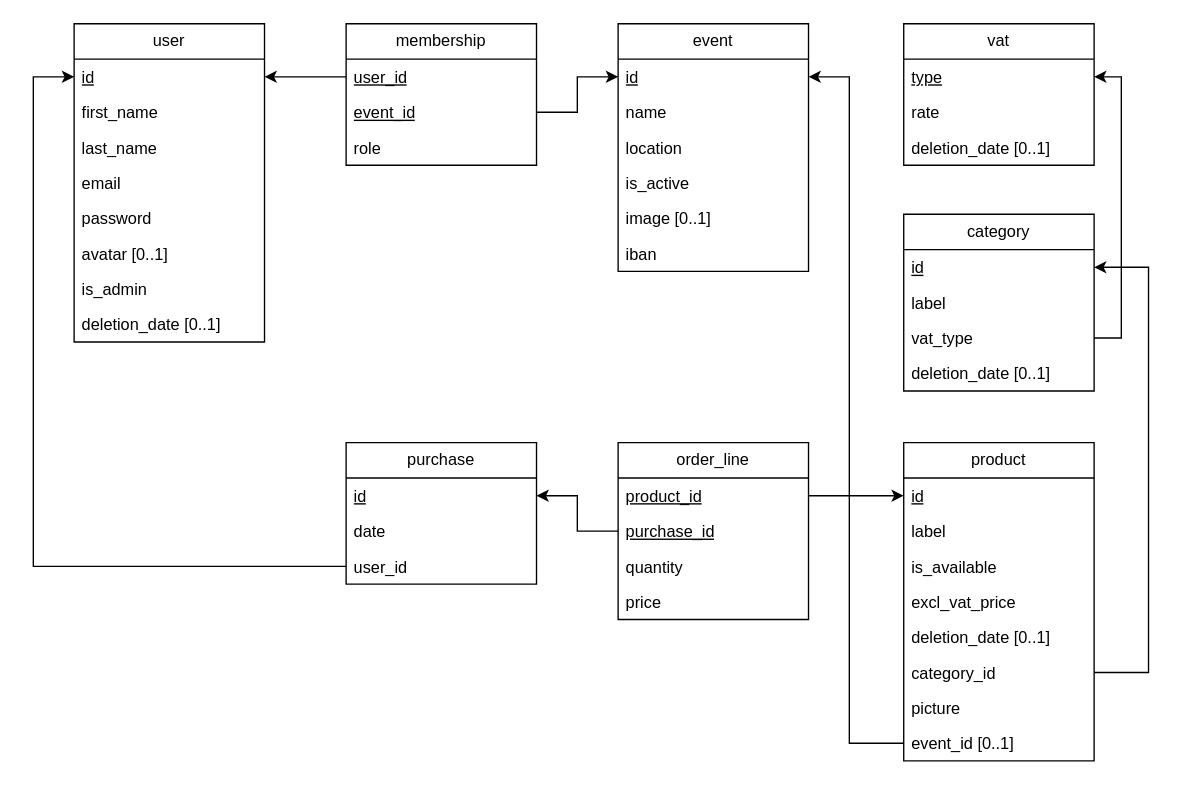
Earlier version of the draw.io diagram database/docs/relational_schema.drawio (maxoux53/smartkiosk). Source tidied: cells renumbered, new cells numbered last; positions are measured from the earlier drawing's top-left corner, leaving out a move shared by most shapes. Both pictures are drawn from the tidied source at 136%, with x=0, y=0 at pixel (33, 23).
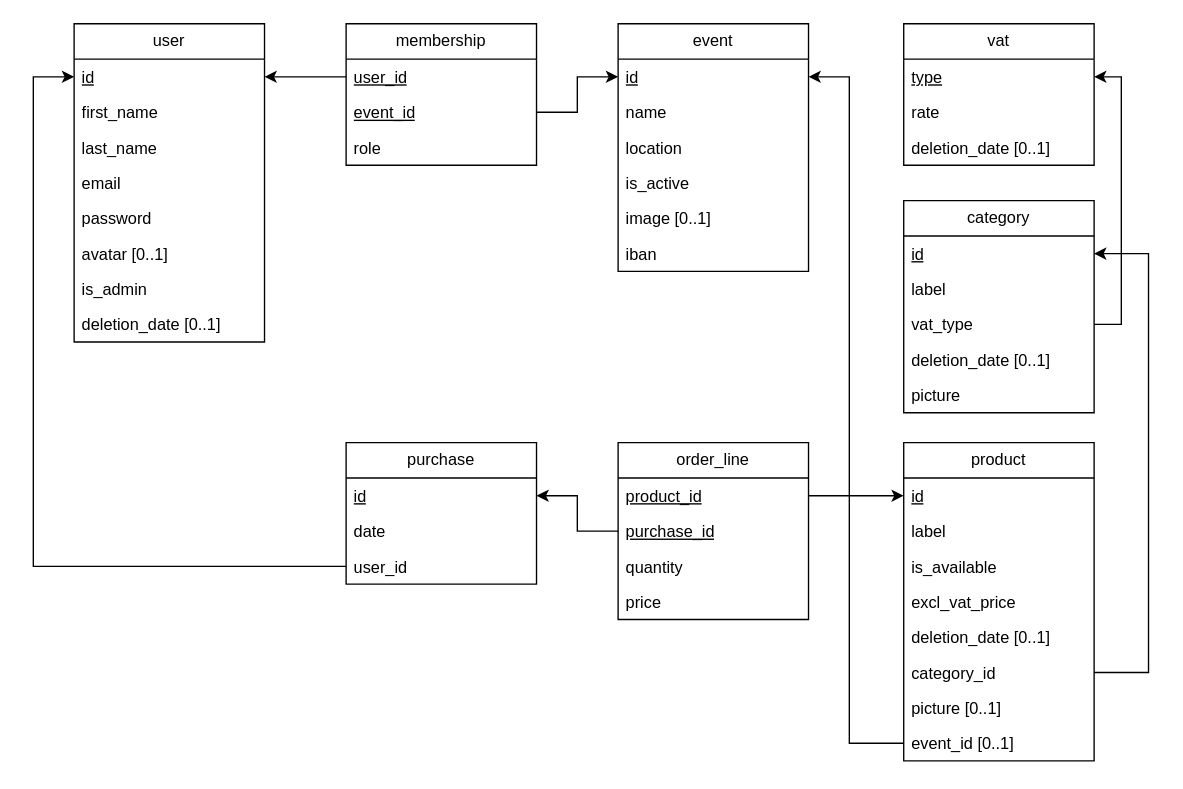
Above is the later version.

The change refers to these unchanged cells:
```xml
<mxCell id="22" value="product" style="swimlane;fontStyle=0;horizontal=1;startSize=26;fillColor=none;whiteSpace=wrap;html=1;" parent="1" vertex="1">
  <mxGeometry x="640" y="308" width="140" height="234" as="geometry" />
</mxCell>
<mxCell id="28" value="category_id" style="text;strokeColor=none;fillColor=none;align=left;verticalAlign=top;spacingLeft=4;spacingRight=4;overflow=hidden;points=[[0,0.5],[1,0.5]];portConstraint=eastwest;whiteSpace=wrap;html=1;" parent="22" vertex="1">
  <mxGeometry y="156" width="140" height="26" as="geometry" />
</mxCell>
<mxCell id="32" value="id" style="text;strokeColor=none;fillColor=none;align=left;verticalAlign=top;spacingLeft=4;spacingRight=4;overflow=hidden;points=[[0,0.5],[1,0.5]];portConstraint=eastwest;whiteSpace=wrap;html=1;fontStyle=4;" parent="31" vertex="1">
  <mxGeometry y="26" width="140" height="26" as="geometry" />
</mxCell>
<mxCell id="34" value="vat_type" style="text;strokeColor=none;fillColor=none;align=left;verticalAlign=top;spacingLeft=4;spacingRight=4;overflow=hidden;points=[[0,0.5],[1,0.5]];portConstraint=eastwest;whiteSpace=wrap;html=1;" parent="31" vertex="1">
  <mxGeometry y="78" width="140" height="26" as="geometry" />
</mxCell>
<mxCell id="37" value="type" style="text;strokeColor=none;fillColor=none;align=left;verticalAlign=top;spacingLeft=4;spacingRight=4;overflow=hidden;points=[[0,0.5],[1,0.5]];portConstraint=eastwest;whiteSpace=wrap;html=1;fontStyle=4;" parent="36" vertex="1">
  <mxGeometry y="26" width="140" height="26" as="geometry" />
</mxCell>
```

Change to the diagram source:
```diff
@@
-    <mxCell id="29" value="picture" style="text;strokeColor=none;fillColor=none;align=left;verticalAlign=top;spacingLeft=4;spacingRight=4;overflow=hidden;whiteSpace=wrap;html=1;" parent="22" vertex="1">
+    <mxCell id="29" value="picture [0..1]" style="text;strokeColor=none;fillColor=none;align=left;verticalAlign=top;spacingLeft=4;spacingRight=4;overflow=hidden;whiteSpace=wrap;html=1;" parent="22" vertex="1">
       <mxGeometry y="182" width="140" height="26" as="geometry" />
     </mxCell>
@@
     <mxCell id="31" value="category" style="swimlane;fontStyle=0;horizontal=1;startSize=26;fillColor=none;whiteSpace=wrap;html=1;" parent="1" vertex="1">
-      <mxGeometry x="640" y="140" width="140" height="130" as="geometry" />
+      <mxGeometry x="640" y="130" width="140" height="156" as="geometry" />
     </mxCell>
@@
+    <mxCell id="57" value="picture" style="text;strokeColor=none;fillColor=none;align=left;verticalAlign=top;spacingLeft=4;spacingRight=4;overflow=hidden;whiteSpace=wrap;html=1;" parent="31" vertex="1">
+      <mxGeometry y="130" width="140" height="26" as="geometry" />
+    </mxCell>
@@
     <mxCell id="50" style="edgeStyle=orthogonalEdgeStyle;rounded=0;jettySize=auto;html=1;exitX=1;exitY=0.5;exitDx=0;exitDy=0;entryX=1;entryY=0.5;entryDx=0;entryDy=0;" parent="1" edge="1" source="28" target="32">
       <mxGeometry relative="1" as="geometry">
         <Array as="points">
           <mxPoint x="820" y="477" />
-          <mxPoint x="820" y="179" />
+          <mxPoint x="820" y="169" />
         </Array>
       </mxGeometry>
     </mxCell>
     <mxCell id="51" style="edgeStyle=orthogonalEdgeStyle;rounded=0;jettySize=auto;html=1;exitX=1;exitY=0.5;exitDx=0;exitDy=0;entryX=1;entryY=0.5;entryDx=0;entryDy=0;" parent="1" edge="1" source="34" target="37">
       <mxGeometry relative="1" as="geometry">
         <Array as="points">
-          <mxPoint x="800" y="231" />
+          <mxPoint x="800" y="221" />
           <mxPoint x="800" y="39" />
         </Array>
       </mxGeometry>
     </mxCell>
```
